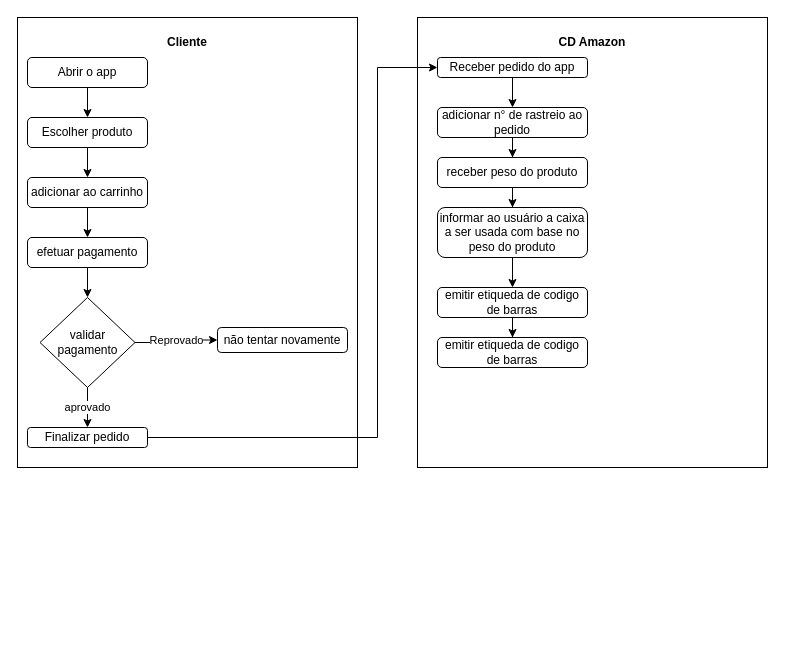
Before: Diagrama sem nome.drawio in FelipeArend/Unisociesc, a draw.io diagram. Source tidied: cells renumbered, new cells numbered last; positions are measured from the earlier drawing's top-left corner, leaving out a move shared by most shapes. Both pictures are drawn from the tidied source at 100%, with x=0, y=0 at pixel (17, 17).
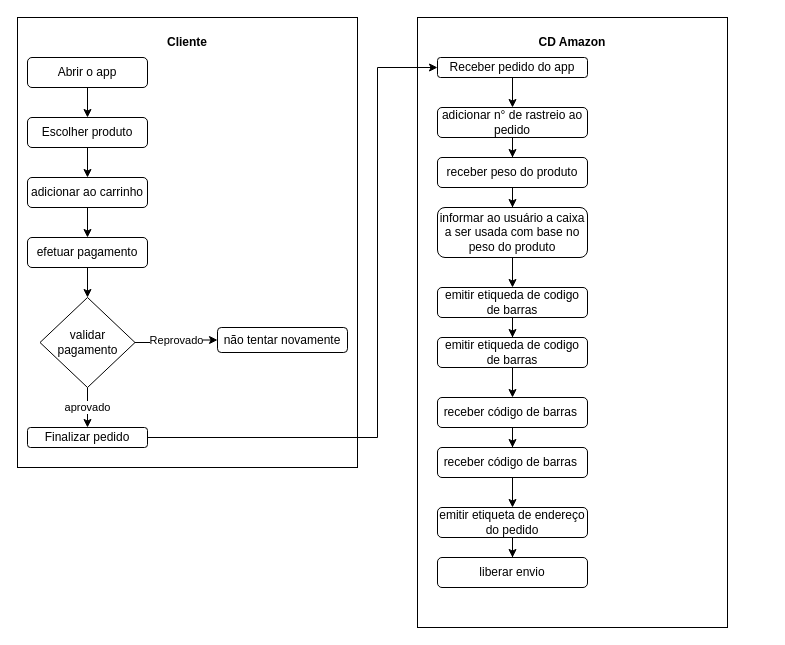
The same diagram, later.

Unchanged cells that the change refers to:
```xml
<mxCell id="28" value="emitir etiqueda de codigo de barras" style="rounded=1;whiteSpace=wrap;html=1;" parent="1" vertex="1">
  <mxGeometry x="420" y="320" width="150" height="30" as="geometry" />
</mxCell>
```

Diff of the diagram source:
```diff
@@
     <mxCell id="16" value="&lt;p style=&quot;margin:0px;margin-top:4px;text-align:center;&quot;&gt;&lt;br&gt;&lt;b&gt;CD Amazon&lt;/b&gt;&lt;/p&gt;" style="verticalAlign=top;align=left;overflow=fill;fontSize=12;fontFamily=Helvetica;html=1;whiteSpace=wrap;" parent="1" vertex="1">
-      <mxGeometry x="400" width="350" height="450" as="geometry" />
+      <mxGeometry x="400" width="310" height="610" as="geometry" />
     </mxCell>
@@
+    <mxCell id="29" style="edgeStyle=orthogonalEdgeStyle;rounded=0;jettySize=auto;html=1;" parent="1" edge="1" source="28" target="31">
+      <mxGeometry relative="1" as="geometry" />
+    </mxCell>
@@
+    <mxCell id="30" style="edgeStyle=orthogonalEdgeStyle;rounded=0;jettySize=auto;html=1;" parent="1" edge="1" source="31" target="33">
+      <mxGeometry relative="1" as="geometry" />
+    </mxCell>
+    <mxCell id="31" value="receber código de barras&amp;nbsp;" style="rounded=1;whiteSpace=wrap;html=1;" parent="1" vertex="1">
+      <mxGeometry x="420" y="380" width="150" height="30" as="geometry" />
+    </mxCell>
+    <mxCell id="32" style="edgeStyle=orthogonalEdgeStyle;rounded=0;jettySize=auto;html=1;" parent="1" edge="1" source="33" target="35">
+      <mxGeometry relative="1" as="geometry" />
+    </mxCell>
+    <mxCell id="33" value="receber código de barras&amp;nbsp;" style="rounded=1;whiteSpace=wrap;html=1;" parent="1" vertex="1">
+      <mxGeometry x="420" y="430" width="150" height="30" as="geometry" />
+    </mxCell>
+    <mxCell id="34" style="edgeStyle=orthogonalEdgeStyle;rounded=0;jettySize=auto;html=1;" parent="1" edge="1" source="35" target="36">
+      <mxGeometry relative="1" as="geometry" />
+    </mxCell>
+    <mxCell id="35" value="emitir etiqueta de endereço do pedido&lt;br&gt;" style="rounded=1;whiteSpace=wrap;html=1;" parent="1" vertex="1">
+      <mxGeometry x="420" y="490" width="150" height="30" as="geometry" />
+    </mxCell>
+    <mxCell id="36" value="liberar envio" style="rounded=1;whiteSpace=wrap;html=1;" parent="1" vertex="1">
+      <mxGeometry x="420" y="540" width="150" height="30" as="geometry" />
+    </mxCell>
```
